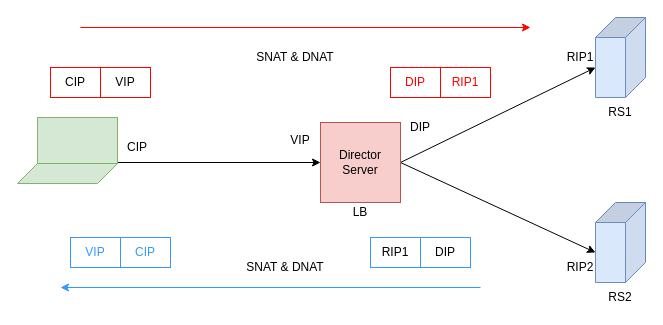
Before: lvs-fullnat.drawio in ctimbai/draw.io, a draw.io diagram. Source tidied: cells renumbered, new cells numbered last; positions are measured from the earlier drawing's top-left corner, leaving out a move shared by most shapes. Both pictures are drawn from the tidied source at 100%, with x=0, y=0 at pixel (17, 27).
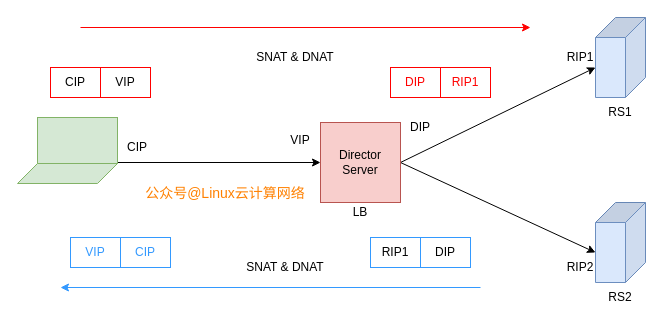
The same page after the edit.

Diff of the diagram source:
```diff
@@
+    <mxCell id="30" value="&lt;font color=&quot;#ff8000&quot; style=&quot;font-size: 14px&quot;&gt;公众号@Linux云计算网络&lt;/font&gt;" style="text;html=1;strokeColor=none;fillColor=none;align=center;verticalAlign=middle;whiteSpace=wrap;rounded=0;" parent="1" vertex="1">
+      <mxGeometry x="123" y="156" width="170" height="20" as="geometry" />
+    </mxCell>
```
